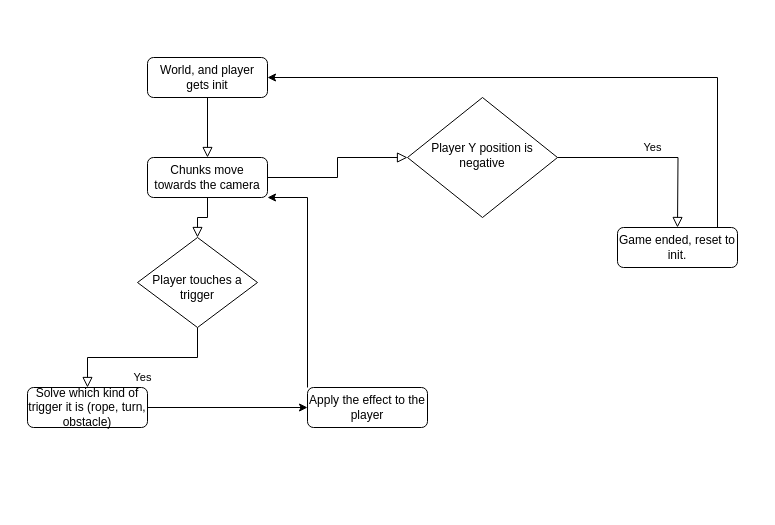
Before: Main Gameplay Loop.drawio in OneBogdan01/tmpl8WSL2, a draw.io diagram. Source tidied: cells renumbered, new cells numbered last; positions are measured from the earlier drawing's top-left corner, leaving out a move shared by most shapes. Both pictures are drawn from the tidied source at 100%, with x=0, y=0 at pixel (27, 57).
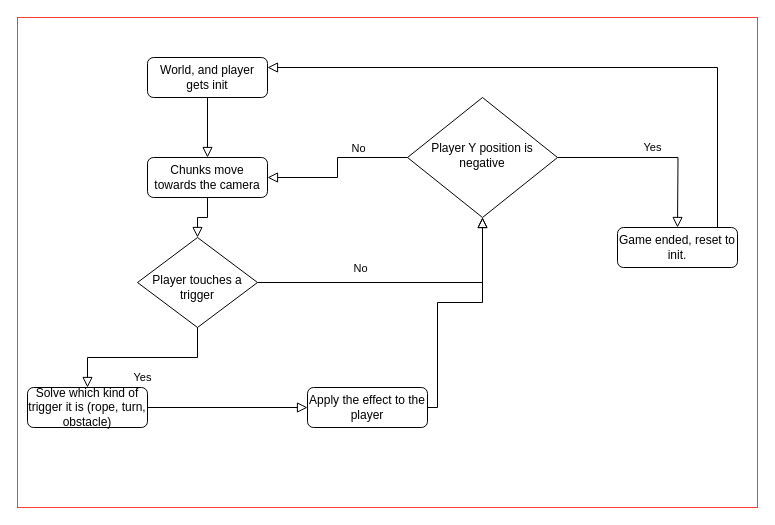
Above is the later version.

The change refers to these unchanged cells:
```xml
<mxCell id="3" value="&lt;div&gt;Chunks move towards the camera&lt;/div&gt;" style="rounded=1;whiteSpace=wrap;html=1;fontSize=12;glass=0;strokeWidth=1;shadow=0;" parent="1" vertex="1">
  <mxGeometry x="120" y="100" width="120" height="40" as="geometry" />
</mxCell>
<mxCell id="5" value="&lt;br&gt;Player touches a trigger" style="rhombus;whiteSpace=wrap;html=1;shadow=0;fontFamily=Helvetica;fontSize=12;align=center;strokeWidth=1;spacing=6;spacingTop=-4;" parent="1" vertex="1">
  <mxGeometry x="110" y="180" width="120" height="90" as="geometry" />
</mxCell>
<mxCell id="7" value="Apply the effect to the player" style="rounded=1;whiteSpace=wrap;html=1;fontSize=12;glass=0;strokeWidth=1;shadow=0;" parent="1" vertex="1">
  <mxGeometry x="280" y="330" width="120" height="40" as="geometry" />
</mxCell>
<mxCell id="8" value="World, and player gets init" style="rounded=1;whiteSpace=wrap;html=1;fontSize=12;glass=0;strokeWidth=1;shadow=0;" parent="1" vertex="1">
  <mxGeometry x="120" width="120" height="40" as="geometry" />
</mxCell>
<mxCell id="11" value="Player Y position is negative" style="rhombus;whiteSpace=wrap;html=1;shadow=0;fontFamily=Helvetica;fontSize=12;align=center;strokeWidth=1;spacing=6;spacingTop=-4;" parent="1" vertex="1">
  <mxGeometry x="380" y="40" width="150" height="120" as="geometry" />
</mxCell>
<mxCell id="14" value="Game ended, reset to init." style="rounded=1;whiteSpace=wrap;html=1;fontSize=12;glass=0;strokeWidth=1;shadow=0;" parent="1" vertex="1">
  <mxGeometry x="590" y="170" width="120" height="40" as="geometry" />
</mxCell>
<mxCell id="16" value="Solve which kind of trigger it is (rope, turn, obstacle)" style="rounded=1;whiteSpace=wrap;html=1;fontSize=12;glass=0;strokeWidth=1;shadow=0;" parent="1" vertex="1">
  <mxGeometry y="330" width="120" height="40" as="geometry" />
</mxCell>
```

What changed in the source:
```diff
@@
+    <mxCell id="17" style="rounded=0;whiteSpace=wrap;html=1;strokeColor=#FF3E30;" parent="1" vertex="1">
+      <mxGeometry x="-10" y="-40" width="740" height="490" as="geometry" />
+    </mxCell>
@@
+    <mxCell id="18" style="edgeStyle=orthogonalEdgeStyle;shape=connector;rounded=0;jettySize=auto;html=1;shadow=0;labelBackgroundColor=none;strokeColor=default;strokeWidth=1;align=center;verticalAlign=middle;fontFamily=Helvetica;fontSize=11;fontColor=default;endArrow=block;endFill=0;endSize=8;entryX=0.5;entryY=1;entryDx=0;entryDy=0;" parent="1" edge="1" source="5" target="11">
+      <mxGeometry relative="1" as="geometry" />
+    </mxCell>
+    <mxCell id="19" value="No" style="edgeLabel;html=1;align=center;verticalAlign=middle;fontSize=11;fontFamily=Helvetica;fontColor=default;" parent="18" vertex="1">
+      <mxGeometry x="-0.3" y="2" relative="1" as="geometry">
+        <mxPoint y="-13" as="offset" />
+      </mxGeometry>
+    </mxCell>
@@
-    <mxCell id="6" style="edgeStyle=orthogonalEdgeStyle;rounded=0;jettySize=auto;html=1;entryX=1;entryY=1;entryDx=0;entryDy=0;" parent="1" edge="1" source="7" target="3">
-      <mxGeometry relative="1" as="geometry">
-        <Array as="points">
-          <mxPoint x="280" y="140" />
-        </Array>
-      </mxGeometry>
-    </mxCell>
+    <mxCell id="20" style="edgeStyle=orthogonalEdgeStyle;shape=connector;rounded=0;jettySize=auto;html=1;entryX=0.5;entryY=1;entryDx=0;entryDy=0;shadow=0;labelBackgroundColor=none;strokeColor=default;strokeWidth=1;align=center;verticalAlign=middle;fontFamily=Helvetica;fontSize=11;fontColor=default;endArrow=block;endFill=0;endSize=8;" parent="1" edge="1" source="7" target="11">
+      <mxGeometry relative="1" as="geometry">
+        <Array as="points">
+          <mxPoint x="410" y="350" />
+          <mxPoint x="410" y="245" />
+          <mxPoint x="455" y="245" />
+        </Array>
+      </mxGeometry>
+    </mxCell>
@@
-    <mxCell id="10" style="rounded=0;html=1;jettySize=auto;fontSize=11;endArrow=block;endFill=0;endSize=8;strokeWidth=1;shadow=0;labelBackgroundColor=none;edgeStyle=orthogonalEdgeStyle;exitX=1;exitY=0.5;exitDx=0;exitDy=0;" parent="1" edge="1" source="3" target="11">
-      <mxGeometry relative="1" as="geometry" />
-    </mxCell>
+    <mxCell id="21" style="edgeStyle=orthogonalEdgeStyle;shape=connector;rounded=0;jettySize=auto;html=1;entryX=1;entryY=0.5;entryDx=0;entryDy=0;shadow=0;labelBackgroundColor=none;strokeColor=default;strokeWidth=1;align=center;verticalAlign=middle;fontFamily=Helvetica;fontSize=11;fontColor=default;endArrow=block;endFill=0;endSize=8;" parent="1" edge="1" source="11" target="3">
+      <mxGeometry relative="1" as="geometry" />
+    </mxCell>
+    <mxCell id="22" value="No" style="edgeLabel;html=1;align=center;verticalAlign=middle;fontSize=11;fontFamily=Helvetica;fontColor=default;" parent="21" vertex="1">
+      <mxGeometry x="-0.33" y="-2" relative="1" as="geometry">
+        <mxPoint x="4" y="-8" as="offset" />
+      </mxGeometry>
+    </mxCell>
@@
-    <mxCell id="13" style="edgeStyle=orthogonalEdgeStyle;rounded=0;jettySize=auto;html=1;entryX=1;entryY=0.5;entryDx=0;entryDy=0;" parent="1" edge="1" source="14" target="8">
+    <mxCell id="13" style="edgeStyle=orthogonalEdgeStyle;shape=connector;rounded=0;jettySize=auto;html=1;entryX=1;entryY=0.25;entryDx=0;entryDy=0;shadow=0;labelBackgroundColor=none;strokeColor=default;strokeWidth=1;align=center;verticalAlign=middle;fontFamily=Helvetica;fontSize=11;fontColor=default;endArrow=block;endFill=0;endSize=8;" parent="1" edge="1" source="14" target="8">
       <mxGeometry relative="1" as="geometry">
         <Array as="points">
-          <mxPoint x="690" y="20" />
+          <mxPoint x="690" y="10" />
         </Array>
       </mxGeometry>
     </mxCell>
@@
-    <mxCell id="15" style="edgeStyle=orthogonalEdgeStyle;rounded=0;jettySize=auto;html=1;" parent="1" edge="1" source="16" target="7">
+    <mxCell id="15" style="edgeStyle=orthogonalEdgeStyle;shape=connector;rounded=0;jettySize=auto;html=1;entryX=0;entryY=0.5;entryDx=0;entryDy=0;shadow=0;labelBackgroundColor=none;strokeColor=default;strokeWidth=1;align=center;verticalAlign=middle;fontFamily=Helvetica;fontSize=11;fontColor=default;endArrow=block;endFill=0;endSize=8;" parent="1" edge="1" source="16" target="7">
       <mxGeometry relative="1" as="geometry" />
     </mxCell>
```
